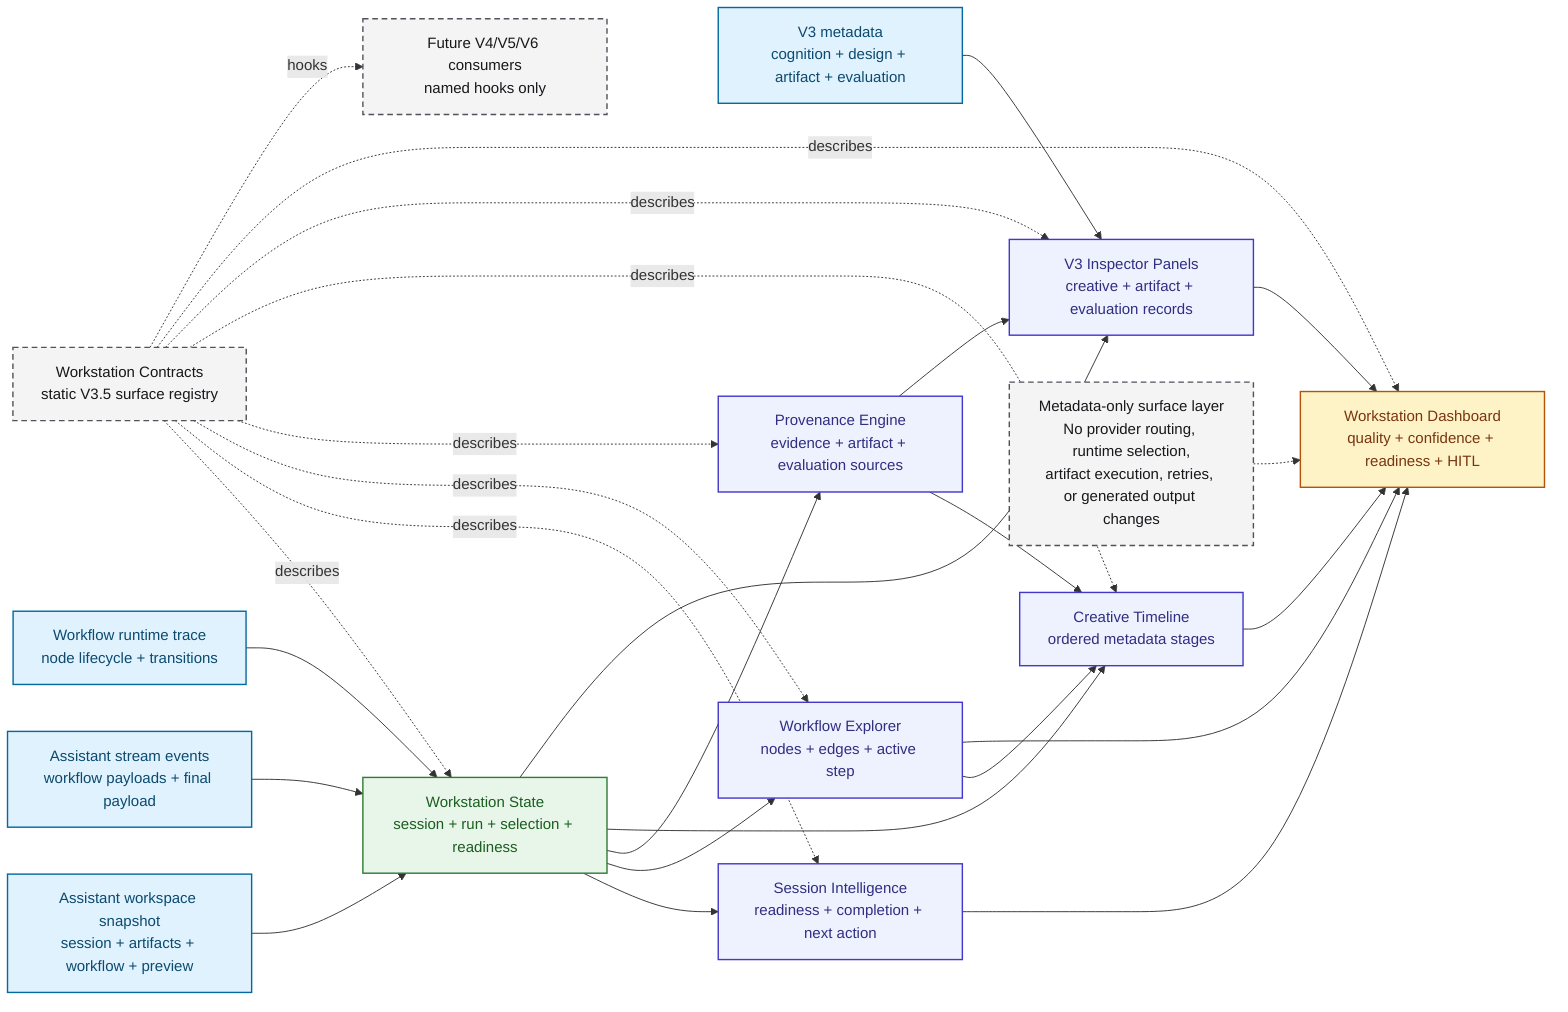
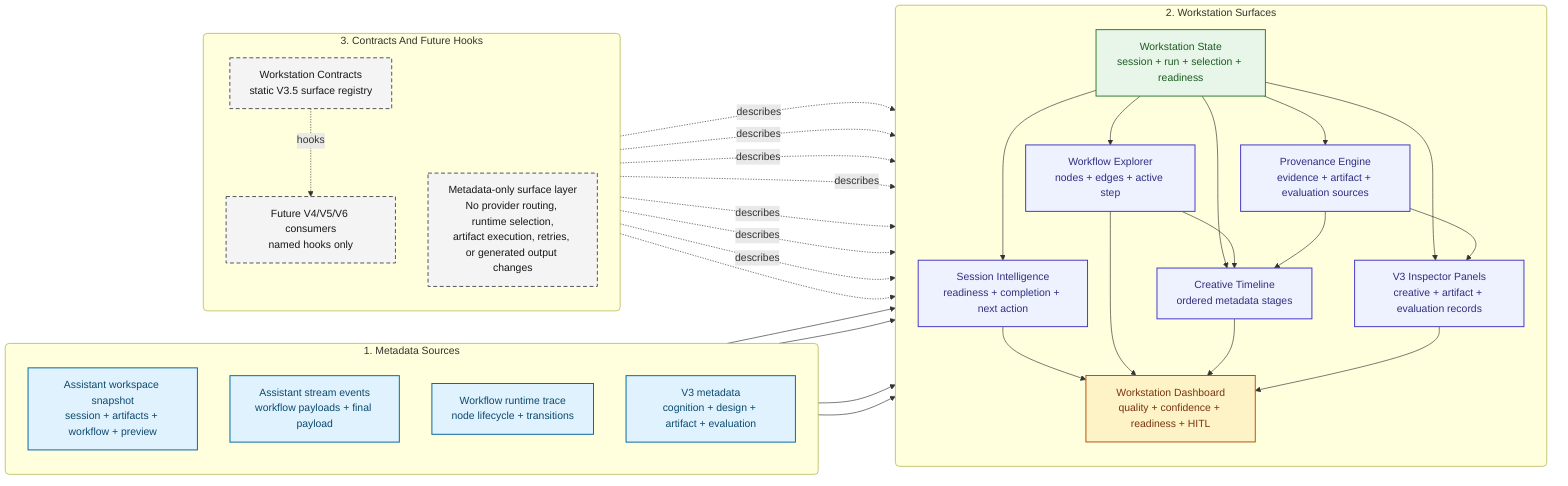
flowchart LR
    %% Class palette
    classDef source fill:#E0F2FE,stroke:#0369A1,color:#0C4A6E,stroke-width:1.5px;
    classDef state fill:#E8F5E9,stroke:#2E7D32,color:#1B5E20,stroke-width:1.5px;
    classDef surface fill:#EEF2FF,stroke:#4338CA,color:#312E81,stroke-width:1.5px;
    classDef dashboard fill:#FEF3C7,stroke:#B45309,color:#78350F,stroke-width:1.5px;
    classDef boundary fill:#F4F4F5,stroke:#52525B,color:#18181B,stroke-width:1.5px,stroke-dasharray: 6 4;

    %% Metadata sources
-     snapshot["Assistant workspace snapshot<br/>session + artifacts + workflow + preview"]:::source
-     stream["Assistant stream events<br/>workflow payloads + final payload"]:::source
-     trace["Workflow runtime trace<br/>node lifecycle + transitions"]:::source
-     v3_metadata["V3 metadata<br/>cognition + design + artifact + evaluation"]:::source
+     subgraph source_group["1. Metadata Sources"]
+         direction TB
+         snapshot["Assistant workspace snapshot<br/>session + artifacts + workflow + preview"]:::source
+         stream["Assistant stream events<br/>workflow payloads + final payload"]:::source
+         trace["Workflow runtime trace<br/>node lifecycle + transitions"]:::source
+         v3_metadata["V3 metadata<br/>cognition + design + artifact + evaluation"]:::source
+     end

    %% Workstation surfaces
-     state["Workstation State<br/>session + run + selection + readiness"]:::state
-     session["Session Intelligence<br/>readiness + completion + next action"]:::surface
-     explorer["Workflow Explorer<br/>nodes + edges + active step"]:::surface
-     provenance["Provenance Engine<br/>evidence + artifact + evaluation sources"]:::surface
-     timeline["Creative Timeline<br/>ordered metadata stages"]:::surface
-     inspector["V3 Inspector Panels<br/>creative + artifact + evaluation records"]:::surface
-     dashboard["Workstation Dashboard<br/>quality + confidence + readiness + HITL"]:::dashboard
-     contracts["Workstation Contracts<br/>static V3.5 surface registry"]:::boundary
-     future["Future V4/V5/V6 consumers<br/>named hooks only"]:::boundary
-     note["Metadata-only surface layer<br/>No provider routing, runtime selection,<br/>artifact execution, retries, or generated output changes"]:::boundary
+     subgraph surface_group["2. Workstation Surfaces"]
+         direction TB
+         state["Workstation State<br/>session + run + selection + readiness"]:::state
+         session["Session Intelligence<br/>readiness + completion + next action"]:::surface
+         explorer["Workflow Explorer<br/>nodes + edges + active step"]:::surface
+         provenance["Provenance Engine<br/>evidence + artifact + evaluation sources"]:::surface
+         timeline["Creative Timeline<br/>ordered metadata stages"]:::surface
+         inspector["V3 Inspector Panels<br/>creative + artifact + evaluation records"]:::surface
+         dashboard["Workstation Dashboard<br/>quality + confidence + readiness + HITL"]:::dashboard
+     end
+ 
+     %% Contract boundaries
+     subgraph boundary_group["3. Contracts And Future Hooks"]
+         direction TB
+         contracts["Workstation Contracts<br/>static V3.5 surface registry"]:::boundary
+         future["Future V4/V5/V6 consumers<br/>named hooks only"]:::boundary
+         note["Metadata-only surface layer<br/>No provider routing, runtime selection,<br/>artifact execution, retries, or generated output changes"]:::boundary
+     end

    %% State hydration
    snapshot --> state
    stream --> state
    trace --> state
    v3_metadata --> inspector

    %% Surface projections
    state --> session
    state --> explorer
    state --> provenance
    state --> timeline
    state --> inspector
    explorer --> timeline
    provenance --> timeline
    provenance --> inspector
    session --> dashboard
    explorer --> dashboard
    timeline --> dashboard
    inspector --> dashboard

    %% Contract boundaries
    contracts -. describes .-> state
    contracts -. describes .-> session
    contracts -. describes .-> explorer
    contracts -. describes .-> provenance
    contracts -. describes .-> timeline
    contracts -. describes .-> inspector
    contracts -. describes .-> dashboard
    contracts -. hooks .-> future
    note -.-> dashboard
+ 
+     %% Group styling
+     style source_group rx:6px,ry:6px
+     style surface_group rx:6px,ry:6px
+     style boundary_group rx:6px,ry:6px
